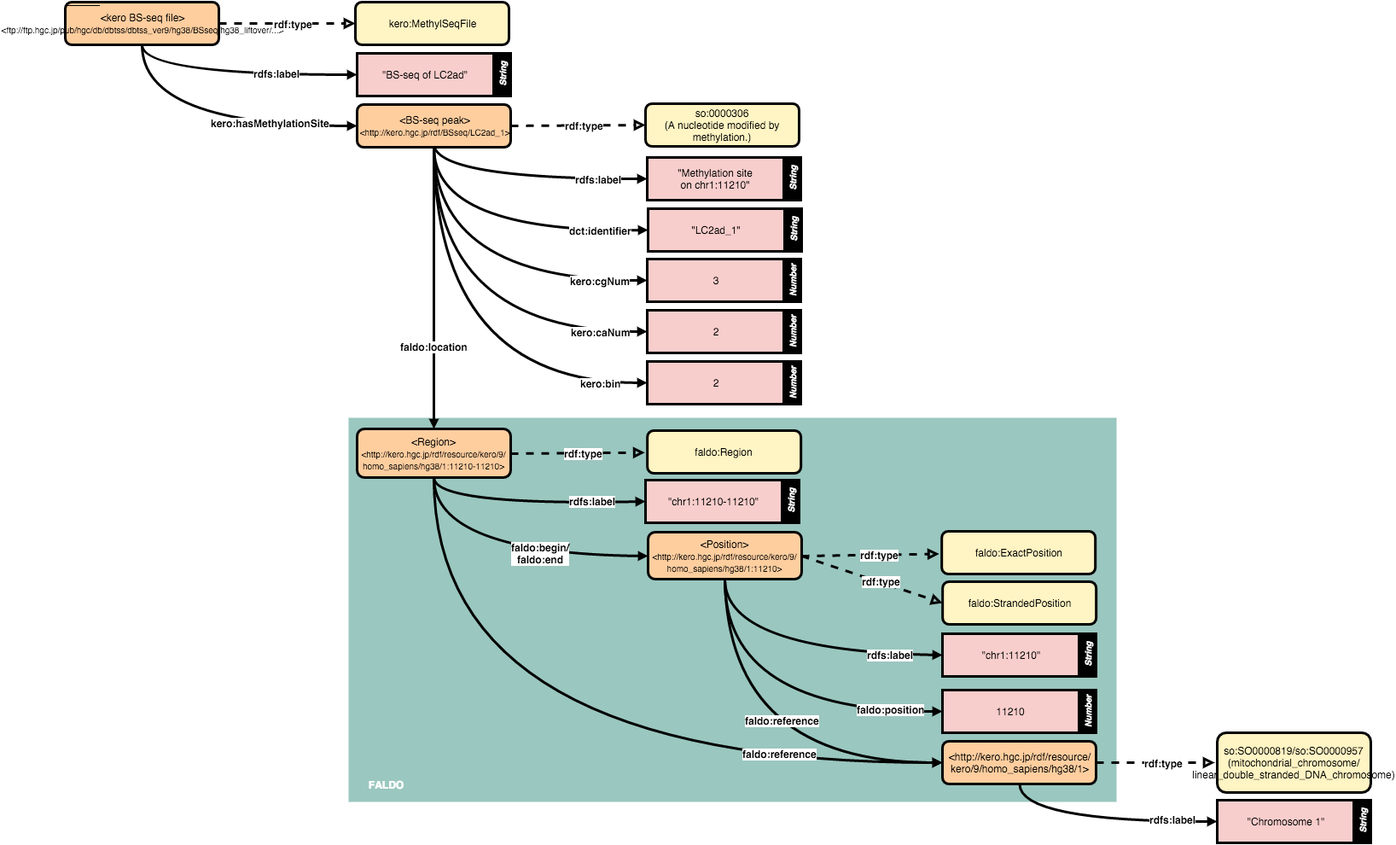
Earlier version of the draw.io export schema/kero-BS.png (orenogithub/kero). Source tidied: cells renumbered, new cells last; positions are measured from the earlier drawing's top-left corner, leaving out a move shared by most shapes.
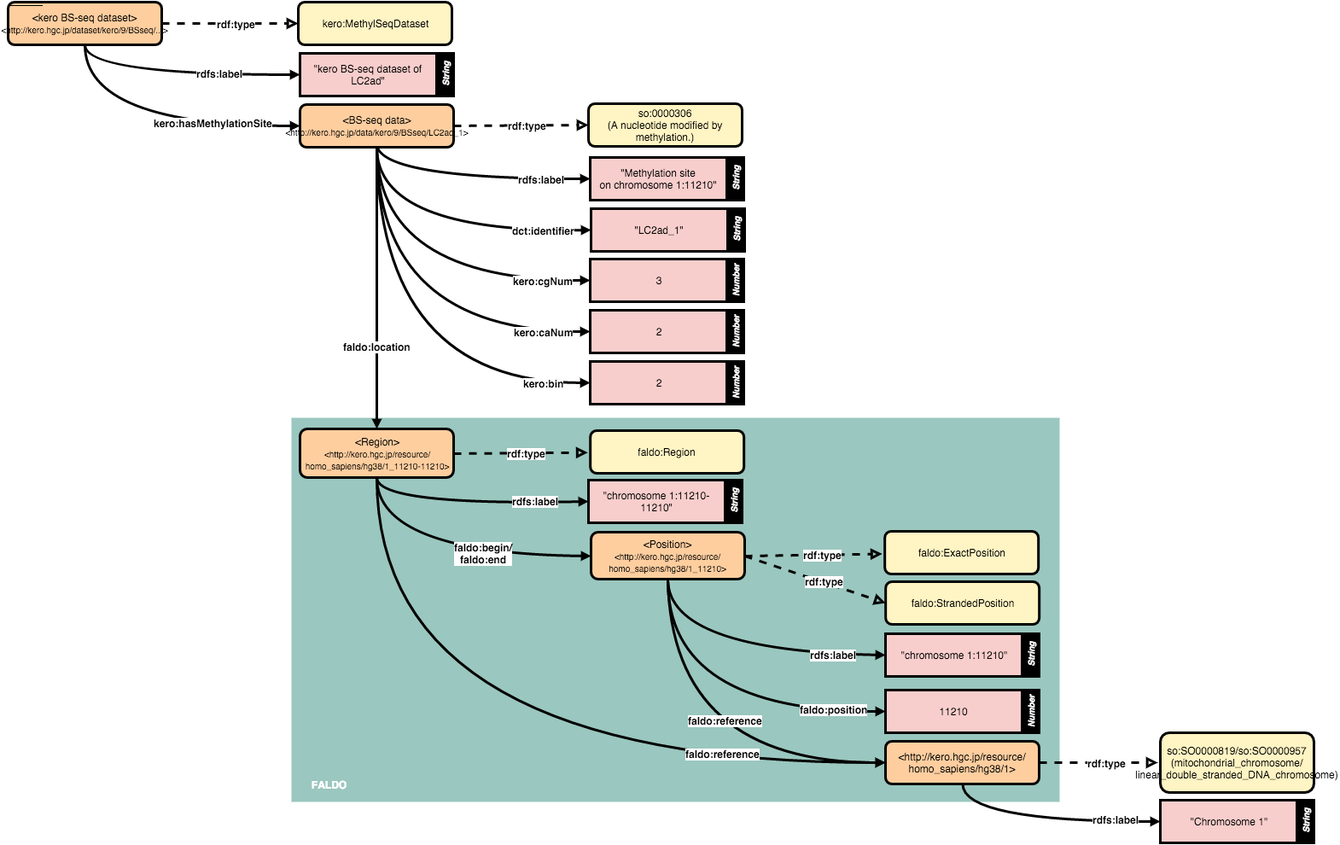
The same diagram one commit later.

Commit message:
change the data model

What changed in the source:
```diff
@@ -8,10 +8,10 @@
     <mxCell id="3" style="whiteSpace=wrap;html=1;rounded=0;strokeWidth=2;strokeColor=none;fillColor=#9AC7BF;" parent="2" vertex="1">
       <mxGeometry x="-70" width="900" height="450" as="geometry" />
     </mxCell>
-    <mxCell id="4" value="&lt;div style=&quot;line-height: 14.4px&quot;&gt;&lt;div style=&quot;line-height: 14.4px&quot;&gt;&amp;lt;Region&amp;gt;&lt;/div&gt;&lt;div style=&quot;line-height: 14.4px&quot;&gt;&lt;font style=&quot;font-size: 6px&quot;&gt;&amp;lt;&lt;span&gt;http://kero.hgc.jp/rdf/resource/kero/9/&lt;br&gt;homo_sapiens/hg38/&lt;/span&gt;&lt;span&gt;1:11210-11210&amp;gt;&lt;/span&gt;&lt;/font&gt;&lt;/div&gt;&lt;/div&gt;" style="whiteSpace=wrap;html=1;rounded=1;fillColor=#FFCE9F;strokeWidth=3;" parent="2" vertex="1">
+    <mxCell id="4" value="&lt;div style=&quot;line-height: 14.4px&quot;&gt;&lt;div style=&quot;line-height: 14.4px&quot;&gt;&amp;lt;Region&amp;gt;&lt;/div&gt;&lt;div style=&quot;line-height: 14.4px&quot;&gt;&lt;font style=&quot;font-size: 6px&quot;&gt;&amp;lt;&lt;span&gt;http://kero.hgc.jp/resource/&lt;br&gt;homo_sapiens/hg38/&lt;/span&gt;&lt;span&gt;1_11210-11210&amp;gt;&lt;/span&gt;&lt;/font&gt;&lt;/div&gt;&lt;/div&gt;" style="whiteSpace=wrap;html=1;rounded=1;fillColor=#FFCE9F;strokeWidth=3;" parent="2" vertex="1">
       <mxGeometry x="-60" y="13" width="180" height="57" as="geometry" />
     </mxCell>
-    <mxCell id="5" value="&lt;div style=&quot;line-height: 14.4px&quot;&gt;&lt;div style=&quot;line-height: 14.4px&quot;&gt;&amp;lt;Position&amp;gt;&lt;/div&gt;&lt;div style=&quot;line-height: 14.4px&quot;&gt;&lt;font style=&quot;font-size: 6px&quot;&gt;&lt;span&gt;&amp;lt;&lt;/span&gt;&lt;span&gt;http://kero.hgc.jp/rdf/resource/kero/9/&lt;br&gt;homo_sapiens/hg38/&lt;/span&gt;&lt;span&gt;1:11210&amp;gt;&lt;/span&gt;&lt;/font&gt;&lt;br&gt;&lt;/div&gt;&lt;/div&gt;" style="whiteSpace=wrap;html=1;rounded=1;fillColor=#FFCE9F;strokeWidth=3;" parent="2" vertex="1">
+    <mxCell id="5" value="&lt;div style=&quot;line-height: 14.4px&quot;&gt;&lt;div style=&quot;line-height: 14.4px&quot;&gt;&amp;lt;Position&amp;gt;&lt;/div&gt;&lt;div style=&quot;line-height: 14.4px&quot;&gt;&lt;font style=&quot;font-size: 6px&quot;&gt;&lt;span&gt;&amp;lt;&lt;/span&gt;&lt;span&gt;http://kero.hgc.jp/resource/&lt;br&gt;homo_sapiens/hg38/&lt;/span&gt;&lt;span&gt;1_11210&amp;gt;&lt;/span&gt;&lt;/font&gt;&lt;br&gt;&lt;/div&gt;&lt;/div&gt;" style="whiteSpace=wrap;html=1;rounded=1;fillColor=#FFCE9F;strokeWidth=3;" parent="2" vertex="1">
       <mxGeometry x="281" y="134" width="180" height="55" as="geometry" />
     </mxCell>
     <mxCell id="6" style="html=1;endArrow=block;endFill=1;strokeWidth=3;targetPerimeterSpacing=3;endSize=4;curved=1;entryX=0;entryY=0.5;exitX=0.5;exitY=1;" parent="2" edge="1" source="4" target="5">
@@ -29,7 +29,7 @@
     <mxCell id="8" style="group;" parent="2" vertex="1">
       <mxGeometry x="278" y="73" width="180" height="50" as="geometry" />
     </mxCell>
-    <mxCell id="9" value="&quot;chr&lt;span&gt;1:11210-11210&lt;/span&gt;&quot;" style="whiteSpace=wrap;html=1;rounded=0;fillColor=#F8CECC;strokeWidth=3;glass=0;shadow=0;strokeColor=#000000;" parent="8" vertex="1">
+    <mxCell id="9" value="&quot;chromosome&amp;nbsp;&lt;span&gt;1:11210-11210&lt;/span&gt;&quot;" style="whiteSpace=wrap;html=1;rounded=0;fillColor=#F8CECC;strokeWidth=3;glass=0;shadow=0;strokeColor=#000000;" parent="8" vertex="1">
       <mxGeometry width="160" height="50" as="geometry" />
     </mxCell>
     <mxCell id="10" value="&lt;font color=&quot;#ffffff&quot;&gt;&lt;i&gt;String&lt;/i&gt;&lt;/font&gt;" style="whiteSpace=wrap;html=1;fillColor=#000000;fontStyle=1;rotation=-90;fontSize=10;strokeWidth=3;" parent="8" vertex="1">
@@ -50,7 +50,7 @@
     <mxCell id="13" style="group;" parent="2" vertex="1">
       <mxGeometry x="626" y="253" width="180" height="50" as="geometry" />
     </mxCell>
-    <mxCell id="14" value="&quot;chr&lt;span&gt;1:11210&lt;/span&gt;&quot;" style="whiteSpace=wrap;html=1;rounded=0;fillColor=#F8CECC;strokeWidth=3;glass=0;shadow=0;strokeColor=#000000;" parent="13" vertex="1">
+    <mxCell id="14" value="&quot;chromosome&amp;nbsp;&lt;span&gt;1:11210&lt;/span&gt;&quot;" style="whiteSpace=wrap;html=1;rounded=0;fillColor=#F8CECC;strokeWidth=3;glass=0;shadow=0;strokeColor=#000000;" parent="13" vertex="1">
       <mxGeometry width="160" height="50" as="geometry" />
     </mxCell>
     <mxCell id="15" value="&lt;font color=&quot;#ffffff&quot;&gt;&lt;i&gt;String&lt;/i&gt;&lt;/font&gt;" style="whiteSpace=wrap;html=1;fillColor=#000000;fontStyle=1;rotation=-90;fontSize=10;strokeWidth=3;" parent="13" vertex="1">
@@ -68,7 +68,7 @@
         <mxPoint x="108" y="1" as="offset" />
       </mxGeometry>
     </mxCell>
-    <mxCell id="18" value="&lt;div style=&quot;line-height: 14.4px&quot;&gt;&lt;div style=&quot;line-height: 14.4px&quot;&gt;&amp;lt;kero BS-seq file&amp;gt;&lt;/div&gt;&lt;div style=&quot;line-height: 14.4px&quot;&gt;&lt;font style=&quot;font-size: 9px&quot;&gt;&amp;lt;ftp://ftp.hgc.jp/pub/hgc/db/dbtss/dbtss_ver9/hg38/BSseq/hg38_liftover/...&amp;gt;&lt;/font&gt;&lt;/div&gt;&lt;/div&gt;" style="whiteSpace=wrap;html=1;rounded=1;fillColor=#FFCE9F;strokeWidth=3;" parent="1" vertex="1">
+    <mxCell id="18" value="&lt;div style=&quot;line-height: 14.4px&quot;&gt;&lt;div style=&quot;line-height: 14.4px&quot;&gt;&amp;lt;kero BS-seq dataset&amp;gt;&lt;/div&gt;&lt;div style=&quot;line-height: 14.4px&quot;&gt;&lt;font style=&quot;font-size: 6px&quot;&gt;&lt;font&gt;&amp;lt;&lt;/font&gt;&lt;span&gt;http://kero.hgc.jp/dataset/kero/9/BSseq&lt;/span&gt;&lt;span&gt;/...&amp;gt;&lt;/span&gt;&lt;/font&gt;&lt;/div&gt;&lt;/div&gt;" style="whiteSpace=wrap;html=1;rounded=1;fillColor=#FFCE9F;strokeWidth=3;" parent="1" vertex="1">
       <mxGeometry width="180" height="50" as="geometry" />
     </mxCell>
     <mxCell id="19" style="rounded=0;html=1;endArrow=block;endFill=0;dashed=1;targetPerimeterSpacing=3;strokeWidth=3;exitX=1;exitY=0.5;entryX=0;entryY=0.5;" parent="1" edge="1" source="18" target="21">
@@ -77,7 +77,7 @@
     <mxCell id="20" value="rdf:type&lt;br&gt;" style="text;html=1;align=center;verticalAlign=middle;labelBackgroundColor=#ffffff;rounded=1;fontStyle=1;" parent="19" vertex="1">
       <mxGeometry x="0.08" relative="1" as="geometry" />
     </mxCell>
-    <mxCell id="21" value="kero:MethylSeqFile" style="whiteSpace=wrap;html=1;rounded=1;strokeWidth=3;fillColor=#FFF4C3;" parent="1" vertex="1">
+    <mxCell id="21" value="kero:MethylSeqDataset" style="whiteSpace=wrap;html=1;rounded=1;strokeWidth=3;fillColor=#FFF4C3;" parent="1" vertex="1">
       <mxGeometry x="340" width="180" height="50" as="geometry" />
     </mxCell>
     <mxCell id="22" style="html=1;endArrow=block;endFill=1;strokeWidth=3;targetPerimeterSpacing=3;endSize=4;exitX=0.5;exitY=1;entryX=0;entryY=0.5;curved=1;" parent="1" edge="1" source="18" target="78">
@@ -117,7 +117,7 @@
     <mxCell id="29" style="group;" parent="1" vertex="1">
       <mxGeometry x="682" y="182" width="180" height="50" as="geometry" />
     </mxCell>
-    <mxCell id="30" value="&quot;&lt;span&gt;Methylation site on&amp;nbsp;&lt;/span&gt;chr1:11210&quot;" style="whiteSpace=wrap;html=1;rounded=0;fillColor=#F8CECC;strokeWidth=3;glass=0;shadow=0;strokeColor=#000000;" parent="29" vertex="1">
+    <mxCell id="30" value="&quot;&lt;span&gt;Methylation site on&amp;nbsp;&lt;/span&gt;chromosome 1:11210&quot;" style="whiteSpace=wrap;html=1;rounded=0;fillColor=#F8CECC;strokeWidth=3;glass=0;shadow=0;strokeColor=#000000;" parent="29" vertex="1">
       <mxGeometry width="160" height="50" as="geometry" />
     </mxCell>
     <mxCell id="31" value="&lt;font color=&quot;#ffffff&quot;&gt;&lt;i&gt;String&lt;/i&gt;&lt;/font&gt;" style="whiteSpace=wrap;html=1;fillColor=#000000;fontStyle=1;rotation=-90;fontSize=10;strokeWidth=3;" parent="29" vertex="1">
@@ -247,7 +247,7 @@
     <mxCell id="62" value="&lt;font color=&quot;#ffffff&quot;&gt;&lt;i&gt;String&lt;/i&gt;&lt;/font&gt;" style="whiteSpace=wrap;html=1;fillColor=#000000;fontStyle=1;rotation=-90;fontSize=10;strokeWidth=3;" parent="60" vertex="1">
       <mxGeometry x="145" y="15" width="50" height="20" as="geometry" />
     </mxCell>
-    <mxCell id="63" value="&amp;lt;http://kero.hgc.jp/rdf/resource/&lt;br&gt;kero/9/homo_sapiens/hg38/1&amp;gt;" style="whiteSpace=wrap;html=1;rounded=1;fillColor=#FFCE9F;strokeWidth=3;" parent="1" vertex="1">
+    <mxCell id="63" value="&amp;lt;http://kero.hgc.jp/resource/&lt;br&gt;homo_sapiens/hg38/1&amp;gt;" style="whiteSpace=wrap;html=1;rounded=1;fillColor=#FFCE9F;strokeWidth=3;" parent="1" vertex="1">
       <mxGeometry x="1028" y="866" width="180" height="50" as="geometry" />
     </mxCell>
     <mxCell id="64" style="rounded=0;html=1;endArrow=block;endFill=0;dashed=1;targetPerimeterSpacing=3;strokeWidth=3;exitX=1;exitY=0.5;entryX=0;entryY=0.5;" parent="1" edge="1" source="5" target="38">
@@ -283,7 +283,7 @@
     <mxCell id="70" style="group;" parent="1" vertex="1">
       <mxGeometry x="342" y="60" width="180" height="50" as="geometry" />
     </mxCell>
-    <mxCell id="71" value="&quot;BS-seq of LC2ad&quot;" style="whiteSpace=wrap;html=1;rounded=0;fillColor=#F8CECC;strokeWidth=3;glass=0;shadow=0;strokeColor=#000000;" parent="70" vertex="1">
+    <mxCell id="71" value="&quot;kero BS-seq dataset of LC2ad&quot;" style="whiteSpace=wrap;html=1;rounded=0;fillColor=#F8CECC;strokeWidth=3;glass=0;shadow=0;strokeColor=#000000;" parent="70" vertex="1">
       <mxGeometry width="160" height="50" as="geometry" />
     </mxCell>
     <mxCell id="72" value="&lt;font color=&quot;#ffffff&quot;&gt;&lt;i&gt;String&lt;/i&gt;&lt;/font&gt;" style="whiteSpace=wrap;html=1;fillColor=#000000;fontStyle=1;rotation=-90;fontSize=10;strokeWidth=3;" parent="70" vertex="1">
@@ -311,7 +311,7 @@
         <mxPoint x="197" y="15" as="offset" />
       </mxGeometry>
     </mxCell>
-    <mxCell id="78" value="&lt;div style=&quot;line-height: 14.4px&quot;&gt;&lt;div style=&quot;line-height: 14.4px&quot;&gt;&amp;lt;BS-seq peak&amp;gt;&lt;/div&gt;&lt;div style=&quot;line-height: 14.4px&quot;&gt;&lt;font style=&quot;font-size: 9px&quot;&gt;&amp;lt;&lt;span&gt;http://kero.hgc.jp/rdf/BSseq/LC2ad_1&lt;/span&gt;&amp;gt;&lt;/font&gt;&lt;/div&gt;&lt;/div&gt;" style="whiteSpace=wrap;html=1;rounded=1;fillColor=#FFCE9F;strokeWidth=3;" parent="1" vertex="1">
+    <mxCell id="78" value="&lt;div style=&quot;line-height: 14.4px&quot;&gt;&lt;div style=&quot;line-height: 14.4px&quot;&gt;&amp;lt;BS-seq data&amp;gt;&lt;/div&gt;&lt;div style=&quot;line-height: 14.4px&quot;&gt;&lt;font style=&quot;font-size: 9px&quot;&gt;&amp;lt;&lt;span&gt;http://kero.hgc.jp/data/kero/9/BSseq/LC2ad_1&lt;/span&gt;&amp;gt;&lt;/font&gt;&lt;/div&gt;&lt;/div&gt;" style="whiteSpace=wrap;html=1;rounded=1;fillColor=#FFCE9F;strokeWidth=3;" parent="1" vertex="1">
       <mxGeometry x="342" y="120" width="180" height="50" as="geometry" />
     </mxCell>
     <mxCell id="79" style="group;" parent="1" vertex="1">
```
